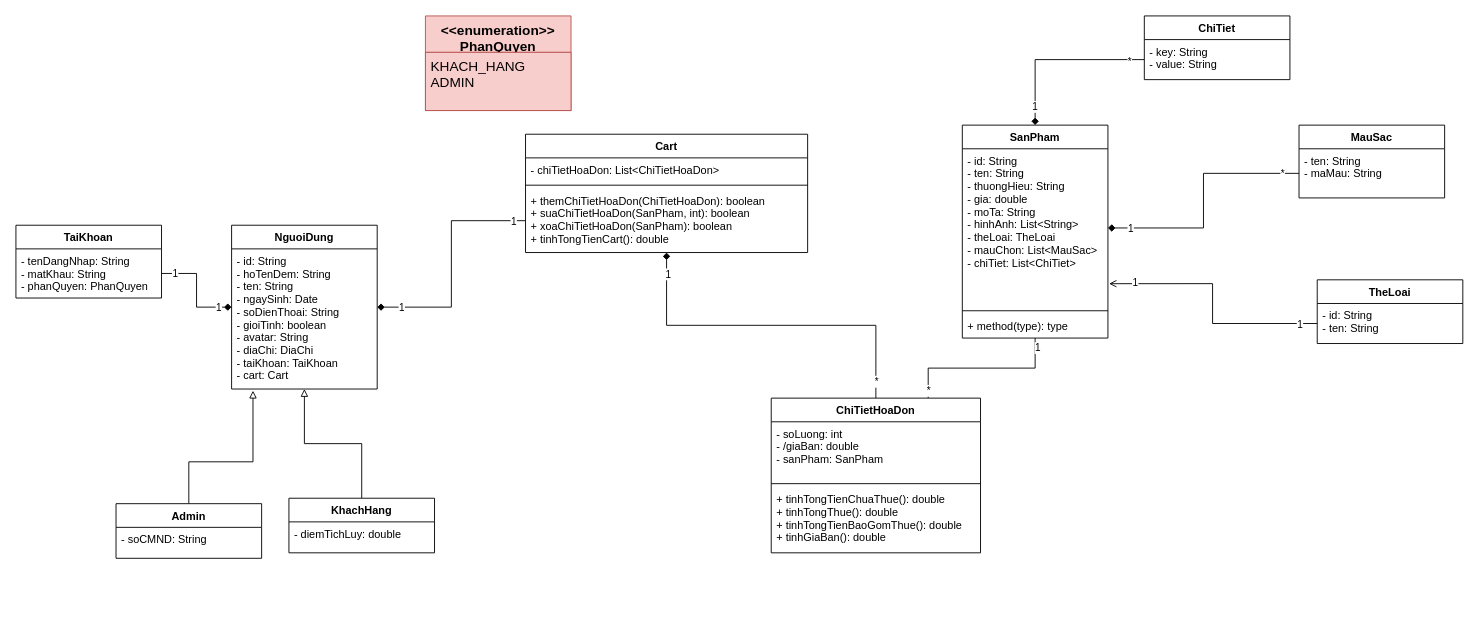
Earlier version of the draw.io diagram Untitled Diagram.drawio (duchoan6814/Truong-Duc-Hoan). Source tidied: cells renumbered, new cells numbered last; positions are measured from the earlier drawing's top-left corner, leaving out a move shared by most shapes. Both pictures are drawn from the tidied source at 91%, with x=0, y=0 at pixel (15, 15).
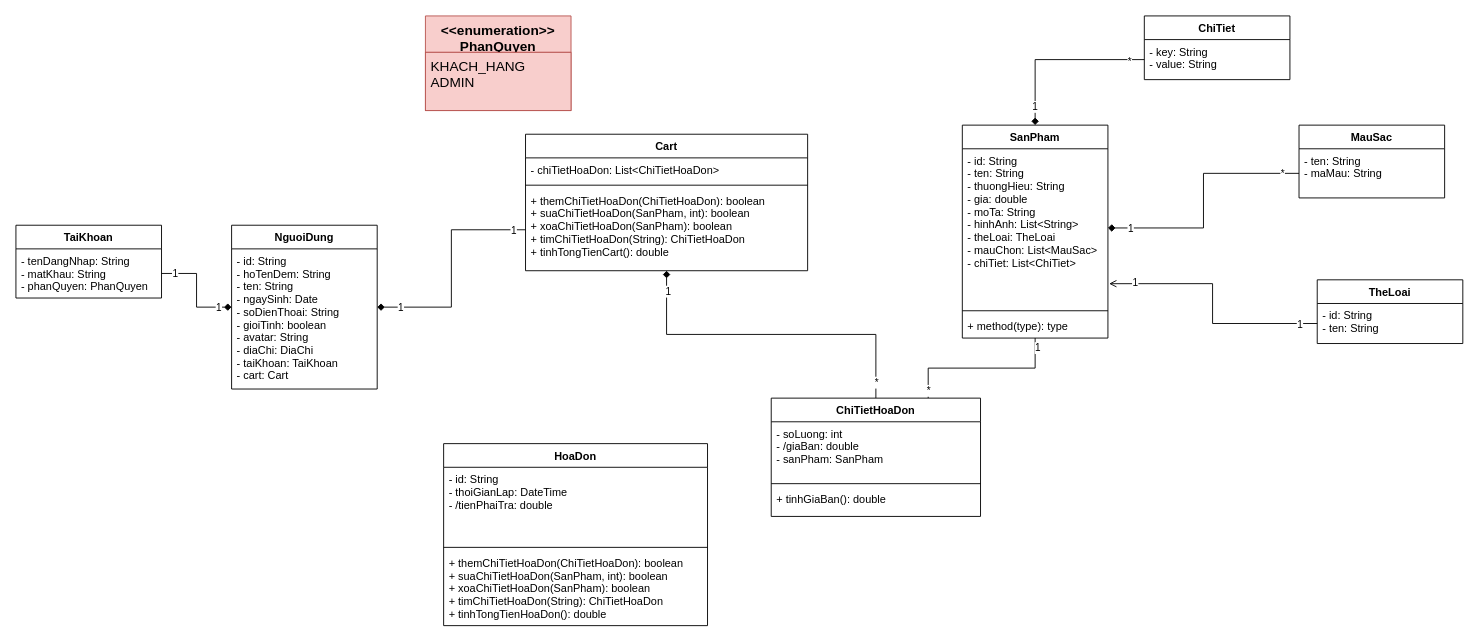
After the change.

Unchanged cells that the change refers to:
```xml
<mxCell id="24" value="NguoiDung" style="swimlane;fontStyle=1;align=center;verticalAlign=top;horizontal=1;startSize=26;" parent="1" vertex="1">
  <mxGeometry x="237" y="230" width="160" height="180" as="geometry" />
</mxCell>
<mxCell id="25" value="- id: String&#10;- hoTenDem: String&#10;- ten: String&#10;- ngaySinh: Date&#10;- soDienThoai: String&#10;- gioiTinh: boolean&#10;- avatar: String&#10;- diaChi: DiaChi&#10;- taiKhoan: TaiKhoan&#10;- cart: Cart" style="text;strokeColor=none;fillColor=none;align=left;verticalAlign=top;spacingLeft=4;spacingRight=4;overflow=hidden;points=[[0,0.5],[1,0.5]];portConstraint=eastwest;" parent="24" vertex="1">
  <mxGeometry y="26" width="160" height="154" as="geometry" />
</mxCell>
```

The edit, as a diff of the source:
```diff
@@
-    <mxCell id="21" style="edgeStyle=orthogonalEdgeStyle;rounded=0;jettySize=auto;html=1;exitX=0.5;exitY=0;exitDx=0;exitDy=0;entryX=0.147;entryY=1.012;entryDx=0;entryDy=0;entryPerimeter=0;startArrow=none;startFill=0;endArrow=block;endFill=0;" parent="1" edge="1" source="22" target="25">
-      <mxGeometry relative="1" as="geometry">
-        <Array as="points">
-          <mxPoint x="190" y="490" />
-          <mxPoint x="261" y="490" />
-          <mxPoint x="261" y="412" />
-        </Array>
-      </mxGeometry>
-    </mxCell>
-    <mxCell id="22" value="Admin" style="swimlane;fontStyle=1;align=center;verticalAlign=top;horizontal=1;startSize=26;" parent="1" vertex="1">
-      <mxGeometry x="110" y="536" width="160" height="60" as="geometry" />
-    </mxCell>
-    <mxCell id="23" value="- soCMND: String" style="text;strokeColor=none;fillColor=none;align=left;verticalAlign=top;spacingLeft=4;spacingRight=4;overflow=hidden;" parent="22" vertex="1">
-      <mxGeometry y="26" width="160" height="34" as="geometry" />
-    </mxCell>
@@
-    <mxCell id="26" style="edgeStyle=orthogonalEdgeStyle;rounded=0;jettySize=auto;html=1;exitX=0.5;exitY=0;exitDx=0;exitDy=0;startArrow=none;startFill=0;endArrow=block;endFill=0;" parent="1" edge="1" source="27" target="24">
-      <mxGeometry relative="1" as="geometry" />
-    </mxCell>
-    <mxCell id="27" value="KhachHang" style="swimlane;fontStyle=1;align=center;verticalAlign=top;horizontal=1;startSize=26;" parent="1" vertex="1">
-      <mxGeometry x="300" y="530" width="160" height="60" as="geometry" />
-    </mxCell>
-    <mxCell id="28" value="- diemTichLuy: double" style="text;strokeColor=none;fillColor=none;align=left;verticalAlign=top;spacingLeft=4;spacingRight=4;overflow=hidden;" parent="27" vertex="1">
-      <mxGeometry y="26" width="160" height="34" as="geometry" />
-    </mxCell>
@@
     <mxCell id="36" value="Cart" style="swimlane;fontStyle=1;align=center;verticalAlign=top;horizontal=1;startSize=26;" parent="1" vertex="1">
-      <mxGeometry x="560" y="130" width="310" height="130" as="geometry" />
+      <mxGeometry x="560" y="130" width="310" height="150" as="geometry" />
     </mxCell>
@@
-    <mxCell id="39" value="+ themChiTietHoaDon(ChiTietHoaDon): boolean&#10;+ suaChiTietHoaDon(SanPham, int): boolean&#10;+ xoaChiTietHoaDon(SanPham): boolean&#10;+ tinhTongTienCart(): double" style="text;strokeColor=none;fillColor=none;align=left;verticalAlign=top;spacingLeft=4;spacingRight=4;overflow=hidden;points=[[0,0.5],[1,0.5]];portConstraint=eastwest;" parent="36" vertex="1">
-      <mxGeometry y="60" width="310" height="70" as="geometry" />
+    <mxCell id="39" value="+ themChiTietHoaDon(ChiTietHoaDon): boolean&#10;+ suaChiTietHoaDon(SanPham, int): boolean&#10;+ xoaChiTietHoaDon(SanPham): boolean&#10;+ timChiTietHoaDon(String): ChiTietHoaDon&#10;+ tinhTongTienCart(): double" style="text;strokeColor=none;fillColor=none;align=left;verticalAlign=top;spacingLeft=4;spacingRight=4;overflow=hidden;points=[[0,0.5],[1,0.5]];portConstraint=eastwest;" parent="36" vertex="1">
+      <mxGeometry y="60" width="310" height="90" as="geometry" />
     </mxCell>
@@
     <mxCell id="49" value="ChiTietHoaDon" style="swimlane;fontStyle=1;align=center;verticalAlign=top;horizontal=1;startSize=26;" parent="1" vertex="1">
-      <mxGeometry x="830" y="420" width="230" height="170" as="geometry" />
+      <mxGeometry x="830" y="420" width="230" height="130" as="geometry" />
     </mxCell>
@@
-    <mxCell id="52" value="+ tinhTongTienChuaThue(): double&#10;+ tinhTongThue(): double&#10;+ tinhTongTienBaoGomThue(): double&#10;+ tinhGiaBan(): double" style="text;strokeColor=none;fillColor=none;align=left;verticalAlign=top;spacingLeft=4;spacingRight=4;overflow=hidden;" parent="49" vertex="1">
-      <mxGeometry y="98" width="230" height="72" as="geometry" />
+    <mxCell id="52" value="+ tinhGiaBan(): double" style="text;strokeColor=none;fillColor=none;align=left;verticalAlign=top;spacingLeft=4;spacingRight=4;overflow=hidden;" parent="49" vertex="1">
+      <mxGeometry y="98" width="230" height="32" as="geometry" />
     </mxCell>
+    <mxCell id="53" value="HoaDon" style="swimlane;fontStyle=1;align=center;verticalAlign=top;horizontal=1;startSize=26;" parent="1" vertex="1">
+      <mxGeometry x="470" y="470" width="290" height="200" as="geometry" />
+    </mxCell>
+    <mxCell id="54" value="- id: String&#10;- thoiGianLap: DateTime&#10;- /tienPhaiTra: double" style="text;strokeColor=none;fillColor=none;align=left;verticalAlign=top;spacingLeft=4;spacingRight=4;overflow=hidden;" parent="53" vertex="1">
+      <mxGeometry y="26" width="290" height="84" as="geometry" />
+    </mxCell>
+    <mxCell id="55" style="line;strokeWidth=1;fillColor=none;align=left;verticalAlign=middle;spacingTop=-1;spacingLeft=3;spacingRight=3;labelPosition=right;" parent="53" vertex="1">
+      <mxGeometry y="110" width="290" height="8" as="geometry" />
+    </mxCell>
+    <mxCell id="56" value="+ themChiTietHoaDon(ChiTietHoaDon): boolean&#10;+ suaChiTietHoaDon(SanPham, int): boolean&#10;+ xoaChiTietHoaDon(SanPham): boolean&#10;+ timChiTietHoaDon(String): ChiTietHoaDon&#10;+ tinhTongTienHoaDon(): double" style="text;strokeColor=none;fillColor=none;align=left;verticalAlign=top;spacingLeft=4;spacingRight=4;overflow=hidden;" parent="53" vertex="1">
+      <mxGeometry y="118" width="290" height="82" as="geometry" />
+    </mxCell>
```
